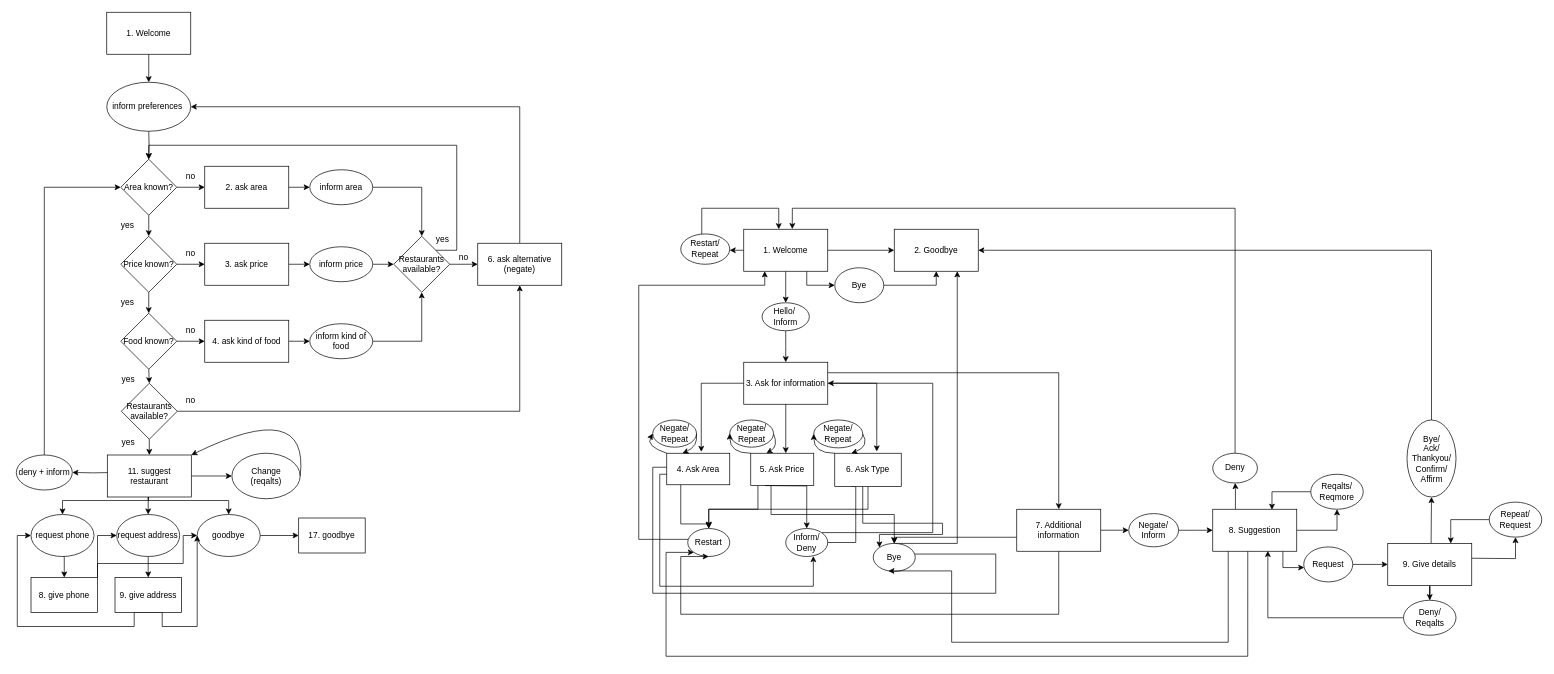
Above: data/experimentaldiagram.drawio in maxschwalenberg/methods_in_ai_research_03 (draw.io), before the change. Source tidied: cells renumbered, new cells numbered last; positions are measured from the earlier drawing's top-left corner, leaving out a move shared by most shapes. Both pictures are drawn from the tidied source at 70%, with x=0, y=0 at pixel (16, 12).
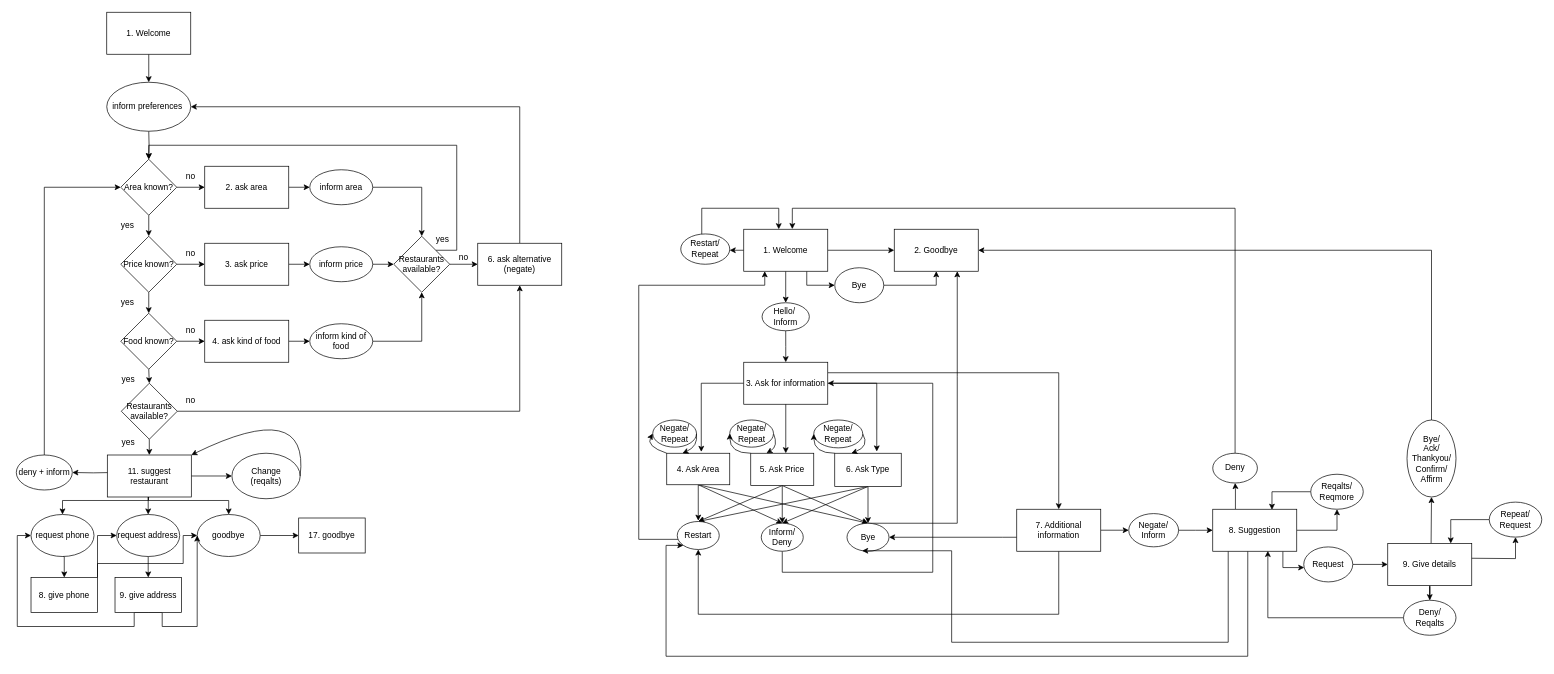
Above is the later version.

Unchanged cells that the change refers to:
```xml
<mxCell id="78" value="3. Ask for information" style="rounded=0;whiteSpace=wrap;html=1;" parent="1" vertex="1">
  <mxGeometry x="1039" y="500" width="120" height="60" as="geometry" />
</mxCell>
<mxCell id="88" value="4. Ask Area" style="rounded=0;whiteSpace=wrap;html=1;" parent="1" vertex="1">
  <mxGeometry x="929" y="630" width="90" height="45" as="geometry" />
</mxCell>
<mxCell id="91" value="5. Ask Price" style="rounded=0;whiteSpace=wrap;html=1;" parent="1" vertex="1">
  <mxGeometry x="1049" y="630" width="90" height="46.2" as="geometry" />
</mxCell>
<mxCell id="95" value="6. Ask Type" style="rounded=0;whiteSpace=wrap;html=1;" parent="1" vertex="1">
  <mxGeometry x="1169" y="630" width="95" height="47.5" as="geometry" />
</mxCell>
<mxCell id="109" value="7. Additional information" style="rounded=0;whiteSpace=wrap;html=1;" parent="1" vertex="1">
  <mxGeometry x="1429" y="710" width="120" height="60" as="geometry" />
</mxCell>
```

The edit, as a diff of the source:
```diff
@@
-    <mxCell id="85" style="edgeStyle=orthogonalEdgeStyle;rounded=0;jettySize=auto;html=1;entryX=0.501;entryY=-0.03;entryDx=0;entryDy=0;entryPerimeter=0;" parent="1" edge="1" source="88" target="97">
-      <mxGeometry relative="1" as="geometry">
-        <Array as="points">
-          <mxPoint x="949" y="731" />
-        </Array>
-      </mxGeometry>
+    <mxCell id="85" style="rounded=0;jettySize=auto;html=1;entryX=0.501;entryY=-0.03;entryDx=0;entryDy=0;entryPerimeter=0;exitX=0.5;exitY=1;exitDx=0;exitDy=0;" parent="1" edge="1" source="88" target="97">
+      <mxGeometry relative="1" as="geometry" />
     </mxCell>
-    <mxCell id="86" style="edgeStyle=orthogonalEdgeStyle;rounded=0;jettySize=auto;html=1;entryX=1;entryY=1;entryDx=0;entryDy=0;" parent="1" edge="1" source="88" target="99">
-      <mxGeometry relative="1" as="geometry">
-        <Array as="points">
-          <mxPoint x="909" y="650" />
-          <mxPoint x="909" y="830" />
-          <mxPoint x="1399" y="830" />
-          <mxPoint x="1399" y="774" />
-        </Array>
-      </mxGeometry>
+    <mxCell id="86" style="rounded=0;jettySize=auto;html=1;entryX=0.5;entryY=0;entryDx=0;entryDy=0;exitX=0.5;exitY=1;exitDx=0;exitDy=0;" parent="1" edge="1" source="88" target="99">
+      <mxGeometry relative="1" as="geometry" />
     </mxCell>
-    <mxCell id="87" style="edgeStyle=orthogonalEdgeStyle;rounded=0;jettySize=auto;html=1;entryX=0.657;entryY=0.986;entryDx=0;entryDy=0;entryPerimeter=0;" parent="1" edge="1" source="88" target="101">
-      <mxGeometry relative="1" as="geometry">
-        <Array as="points">
-          <mxPoint x="919" y="660" />
-          <mxPoint x="919" y="820" />
-          <mxPoint x="1139" y="820" />
-          <mxPoint x="1139" y="777" />
-        </Array>
-      </mxGeometry>
+    <mxCell id="87" style="rounded=0;jettySize=auto;html=1;entryX=0.5;entryY=0;entryDx=0;entryDy=0;exitX=0.5;exitY=1;exitDx=0;exitDy=0;" parent="1" edge="1" source="88" target="101">
+      <mxGeometry relative="1" as="geometry" />
     </mxCell>
@@
-    <mxCell id="89" style="edgeStyle=orthogonalEdgeStyle;rounded=0;jettySize=auto;html=1;entryX=0.5;entryY=0;entryDx=0;entryDy=0;exitX=0.322;exitY=1.002;exitDx=0;exitDy=0;exitPerimeter=0;" parent="1" edge="1" source="91" target="99">
+    <mxCell id="89" style="rounded=0;jettySize=auto;html=1;entryX=0.5;entryY=0;entryDx=0;entryDy=0;exitX=0.5;exitY=1;exitDx=0;exitDy=0;" parent="1" edge="1" source="91" target="99">
       <mxGeometry relative="1" as="geometry" />
     </mxCell>
-    <mxCell id="90" style="edgeStyle=orthogonalEdgeStyle;rounded=0;jettySize=auto;html=1;exitX=0.114;exitY=0.989;exitDx=0;exitDy=0;entryX=0.5;entryY=0;entryDx=0;entryDy=0;exitPerimeter=0;" parent="1" edge="1" source="91" target="97">
-      <mxGeometry relative="1" as="geometry">
-        <Array as="points">
-          <mxPoint x="1059" y="710" />
-          <mxPoint x="989" y="710" />
-        </Array>
-      </mxGeometry>
+    <mxCell id="90" style="rounded=0;jettySize=auto;html=1;exitX=0.5;exitY=1;exitDx=0;exitDy=0;entryX=0.5;entryY=0;entryDx=0;entryDy=0;" parent="1" edge="1" source="91" target="97">
+      <mxGeometry relative="1" as="geometry" />
     </mxCell>
@@
-    <mxCell id="92" style="edgeStyle=orthogonalEdgeStyle;rounded=0;jettySize=auto;html=1;exitX=0.25;exitY=1;exitDx=0;exitDy=0;entryX=0;entryY=0.5;entryDx=0;entryDy=0;" parent="1" edge="1" source="95" target="101">
-      <mxGeometry relative="1" as="geometry">
-        <Array as="points">
-          <mxPoint x="1199" y="678" />
-          <mxPoint x="1199" y="758" />
-        </Array>
-      </mxGeometry>
+    <mxCell id="92" style="rounded=0;jettySize=auto;html=1;exitX=0.5;exitY=1;exitDx=0;exitDy=0;entryX=0.5;entryY=0;entryDx=0;entryDy=0;" parent="1" edge="1" source="95" target="101">
+      <mxGeometry relative="1" as="geometry" />
     </mxCell>
-    <mxCell id="93" style="edgeStyle=orthogonalEdgeStyle;rounded=0;jettySize=auto;html=1;exitX=0.421;exitY=1;exitDx=0;exitDy=0;entryX=0;entryY=0;entryDx=0;entryDy=0;exitPerimeter=0;" parent="1" edge="1" source="95" target="99">
-      <mxGeometry relative="1" as="geometry">
-        <Array as="points">
-          <mxPoint x="1209" y="730" />
-          <mxPoint x="1323" y="730" />
-          <mxPoint x="1323" y="746" />
-        </Array>
-      </mxGeometry>
+    <mxCell id="93" style="rounded=0;jettySize=auto;html=1;exitX=0.5;exitY=1;exitDx=0;exitDy=0;entryX=0.5;entryY=0;entryDx=0;entryDy=0;" parent="1" edge="1" source="95" target="99">
+      <mxGeometry relative="1" as="geometry" />
     </mxCell>
-    <mxCell id="94" style="edgeStyle=orthogonalEdgeStyle;rounded=0;jettySize=auto;html=1;entryX=0.5;entryY=0;entryDx=0;entryDy=0;" parent="1" edge="1" source="95" target="97">
-      <mxGeometry relative="1" as="geometry">
-        <Array as="points">
-          <mxPoint x="1217" y="710" />
-          <mxPoint x="989" y="710" />
-        </Array>
-      </mxGeometry>
+    <mxCell id="94" style="rounded=0;jettySize=auto;html=1;entryX=0.5;entryY=0;entryDx=0;entryDy=0;exitX=0.5;exitY=1;exitDx=0;exitDy=0;" parent="1" edge="1" source="95" target="97">
+      <mxGeometry relative="1" as="geometry" />
     </mxCell>
@@
     <mxCell id="97" value="Restart" style="ellipse;whiteSpace=wrap;html=1;" parent="1" vertex="1">
-      <mxGeometry x="959" y="737.5" width="60" height="40" as="geometry" />
+      <mxGeometry x="944" y="727.5" width="60" height="40" as="geometry" />
     </mxCell>
@@
     <mxCell id="99" value="Bye" style="ellipse;whiteSpace=wrap;html=1;" parent="1" vertex="1">
-      <mxGeometry x="1224" y="758.8" width="60" height="40" as="geometry" />
+      <mxGeometry x="1186.5" y="730" width="60" height="40" as="geometry" />
     </mxCell>
-    <mxCell id="100" style="edgeStyle=orthogonalEdgeStyle;rounded=0;jettySize=auto;html=1;entryX=1;entryY=0.5;entryDx=0;entryDy=0;exitX=1;exitY=0;exitDx=0;exitDy=0;" parent="1" edge="1" source="101" target="78">
+    <mxCell id="100" style="edgeStyle=orthogonalEdgeStyle;rounded=0;jettySize=auto;html=1;entryX=1;entryY=0.5;entryDx=0;entryDy=0;exitX=0.5;exitY=1;exitDx=0;exitDy=0;" parent="1" edge="1" source="101" target="78">
       <mxGeometry relative="1" as="geometry">
         <Array as="points">
-          <mxPoint x="1309" y="743" />
+          <mxPoint x="1094" y="800" />
+          <mxPoint x="1309" y="800" />
           <mxPoint x="1309" y="530" />
         </Array>
       </mxGeometry>
     </mxCell>
     <mxCell id="101" value="Inform/&lt;br&gt;Deny" style="ellipse;whiteSpace=wrap;html=1;" parent="1" vertex="1">
-      <mxGeometry x="1099" y="737.5" width="60" height="40" as="geometry" />
+      <mxGeometry x="1064" y="730" width="60" height="40" as="geometry" />
     </mxCell>
@@
-    <mxCell id="105" style="edgeStyle=orthogonalEdgeStyle;rounded=0;jettySize=auto;html=1;entryX=0.5;entryY=0;entryDx=0;entryDy=0;" parent="1" edge="1" target="101">
-      <mxGeometry relative="1" as="geometry">
-        <mxPoint x="1069.5" y="676.2" as="sourcePoint" />
-      </mxGeometry>
+    <mxCell id="105" style="rounded=0;jettySize=auto;html=1;entryX=0.5;entryY=0;entryDx=0;entryDy=0;exitX=0.5;exitY=1;exitDx=0;exitDy=0;" parent="1" edge="1" source="91" target="101">
+      <mxGeometry relative="1" as="geometry" />
     </mxCell>
@@
     <mxCell id="107" style="edgeStyle=orthogonalEdgeStyle;rounded=0;jettySize=auto;html=1;entryX=0.5;entryY=1;entryDx=0;entryDy=0;" parent="1" edge="1" source="109" target="97">
       <mxGeometry relative="1" as="geometry">
         <Array as="points">
           <mxPoint x="1489" y="860" />
-          <mxPoint x="949" y="860" />
+          <mxPoint x="974" y="860" />
         </Array>
       </mxGeometry>
     </mxCell>
```
